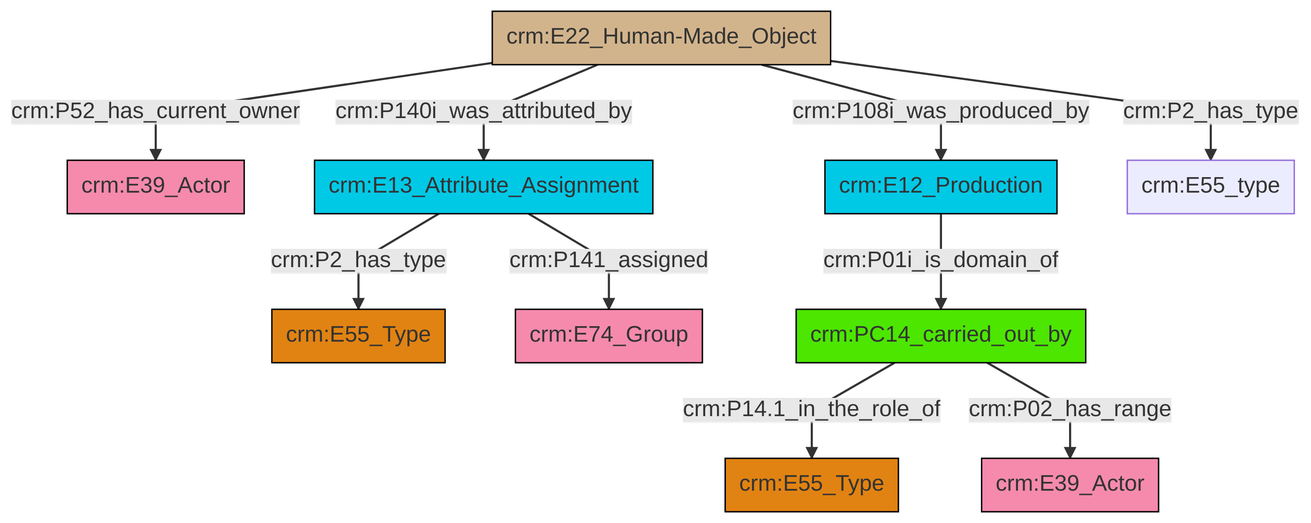
Before: et/builtWorkCSV/ttl/mmd/png/Built_Work_actor_relations.png, a diagram exported from Mermaid (swiss-art-research-net/docs.swissartresearch). Its source is kept beside it as et/builtWorkCSV/ttl/mmd/Built_Work_actor_relations.ttl.mmd.
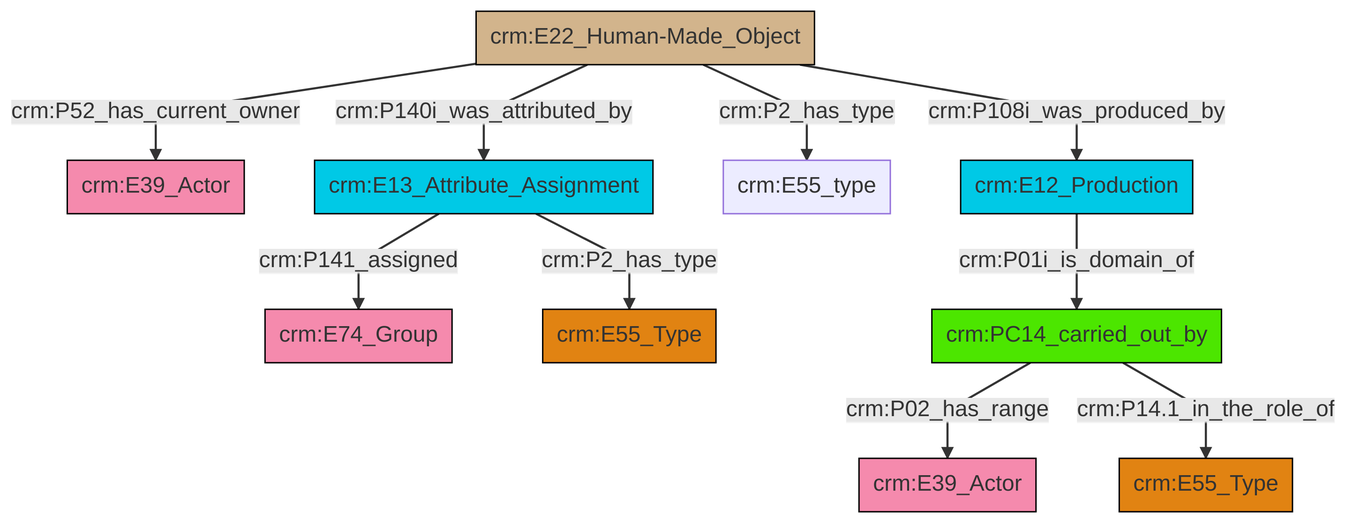
Later version of the same file.

The edit, as a diff of the source:
```diff
@@ -13,12 +13,12 @@
 classDef PC_Classes fill:#4ce600, stroke:#000000;
 classDef Multi fill:#cccccc,stroke:#000000;
 
-0["crm:E22_Human-Made_Object"]:::Physical_Thing -->|crm:P52_has_current_owner| 1["crm:E39_Actor"]:::Actor
-0["crm:E22_Human-Made_Object"]:::Physical_Thing -->|crm:P108i_was_produced_by| 4["crm:E12_Production"]:::Temporal_Entity
-8["crm:PC14_carried_out_by"]:::PC_Classes -->|crm:P14.1_in_the_role_of| 9["crm:E55_Type"]:::Type
-0["crm:E22_Human-Made_Object"]:::Physical_Thing -->|crm:P140i_was_attributed_by| 12["crm:E13_Attribute_Assignment"]:::Temporal_Entity
-12["crm:E13_Attribute_Assignment"]:::Temporal_Entity -->|crm:P141_assigned| 6["crm:E74_Group"]:::Actor
-4["crm:E12_Production"]:::Temporal_Entity -->|crm:P01i_is_domain_of| 8["crm:PC14_carried_out_by"]:::PC_Classes
-0["crm:E22_Human-Made_Object"]:::Physical_Thing -->|crm:P2_has_type| 14["crm:E55_type"]:::Default
-12["crm:E13_Attribute_Assignment"]:::Temporal_Entity -->|crm:P2_has_type| 2["crm:E55_Type"]:::Type
-8["crm:PC14_carried_out_by"]:::PC_Classes -->|crm:P02_has_range| 15["crm:E39_Actor"]:::Actor
+2["crm:E13_Attribute_Assignment"]:::Temporal_Entity -->|crm:P141_assigned| 3["crm:E74_Group"]:::Actor
+5["crm:PC14_carried_out_by"]:::PC_Classes -->|crm:P02_has_range| 6["crm:E39_Actor"]:::Actor
+2["crm:E13_Attribute_Assignment"]:::Temporal_Entity -->|crm:P2_has_type| 9["crm:E55_Type"]:::Type
+10["crm:E12_Production"]:::Temporal_Entity -->|crm:P01i_is_domain_of| 5["crm:PC14_carried_out_by"]:::PC_Classes
+7["crm:E22_Human-Made_Object"]:::Physical_Thing -->|crm:P52_has_current_owner| 0["crm:E39_Actor"]:::Actor
+5["crm:PC14_carried_out_by"]:::PC_Classes -->|crm:P14.1_in_the_role_of| 13["crm:E55_Type"]:::Type
+7["crm:E22_Human-Made_Object"]:::Physical_Thing -->|crm:P140i_was_attributed_by| 2["crm:E13_Attribute_Assignment"]:::Temporal_Entity
+7["crm:E22_Human-Made_Object"]:::Physical_Thing -->|crm:P2_has_type| 17["crm:E55_type"]:::Default
+7["crm:E22_Human-Made_Object"]:::Physical_Thing -->|crm:P108i_was_produced_by| 10["crm:E12_Production"]:::Temporal_Entity
```
